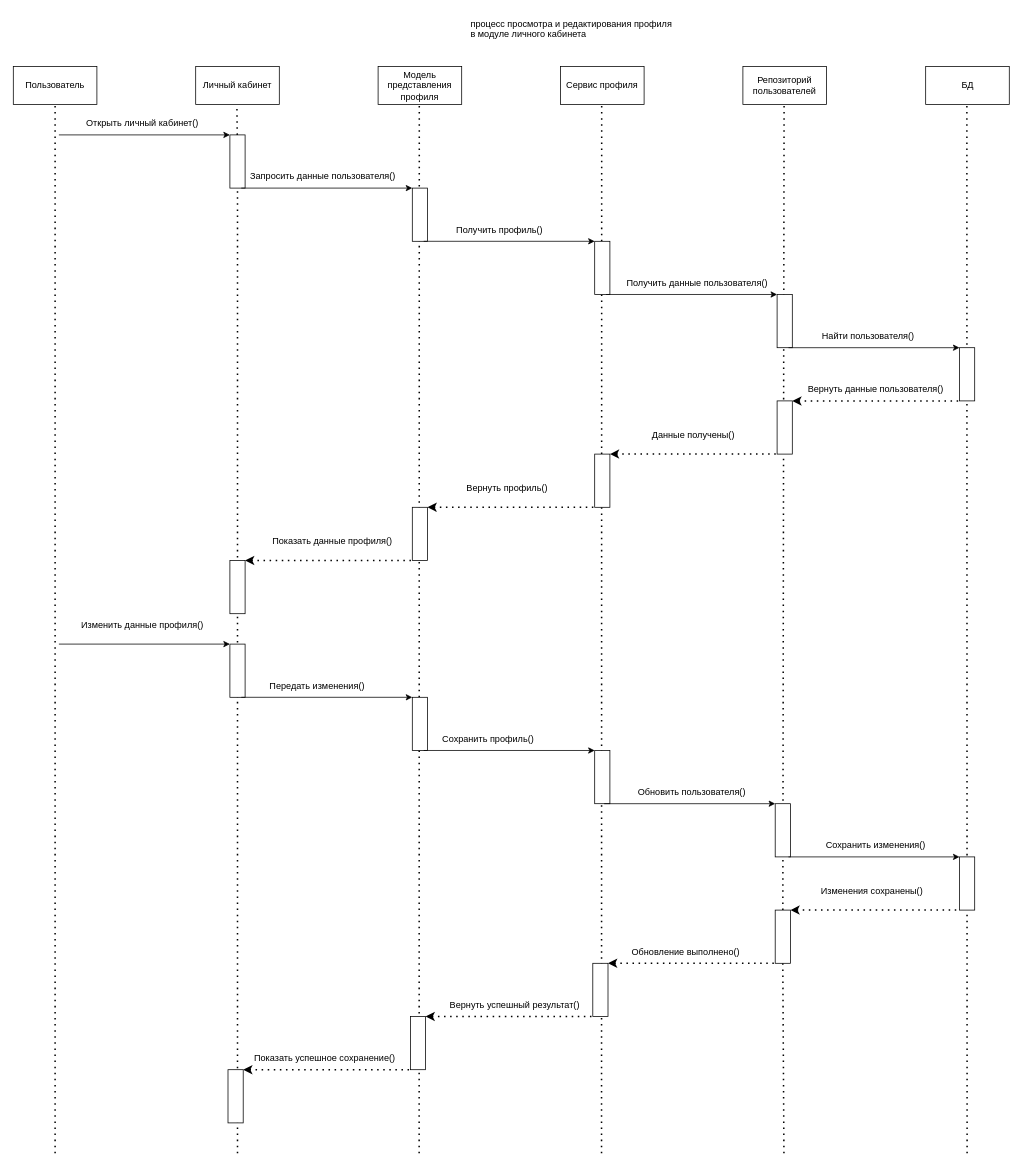
Before: Documents/UML/Модуль личного кабинета/Диаграмма последовательности.drawio in bubus1kk/ReMeal, a draw.io diagram. Source tidied: cells renumbered, new cells numbered last; positions are measured from the earlier drawing's top-left corner, leaving out a move shared by most shapes. Both pictures are drawn from the tidied source at 76%, with x=0, y=0 at pixel (13, 13).
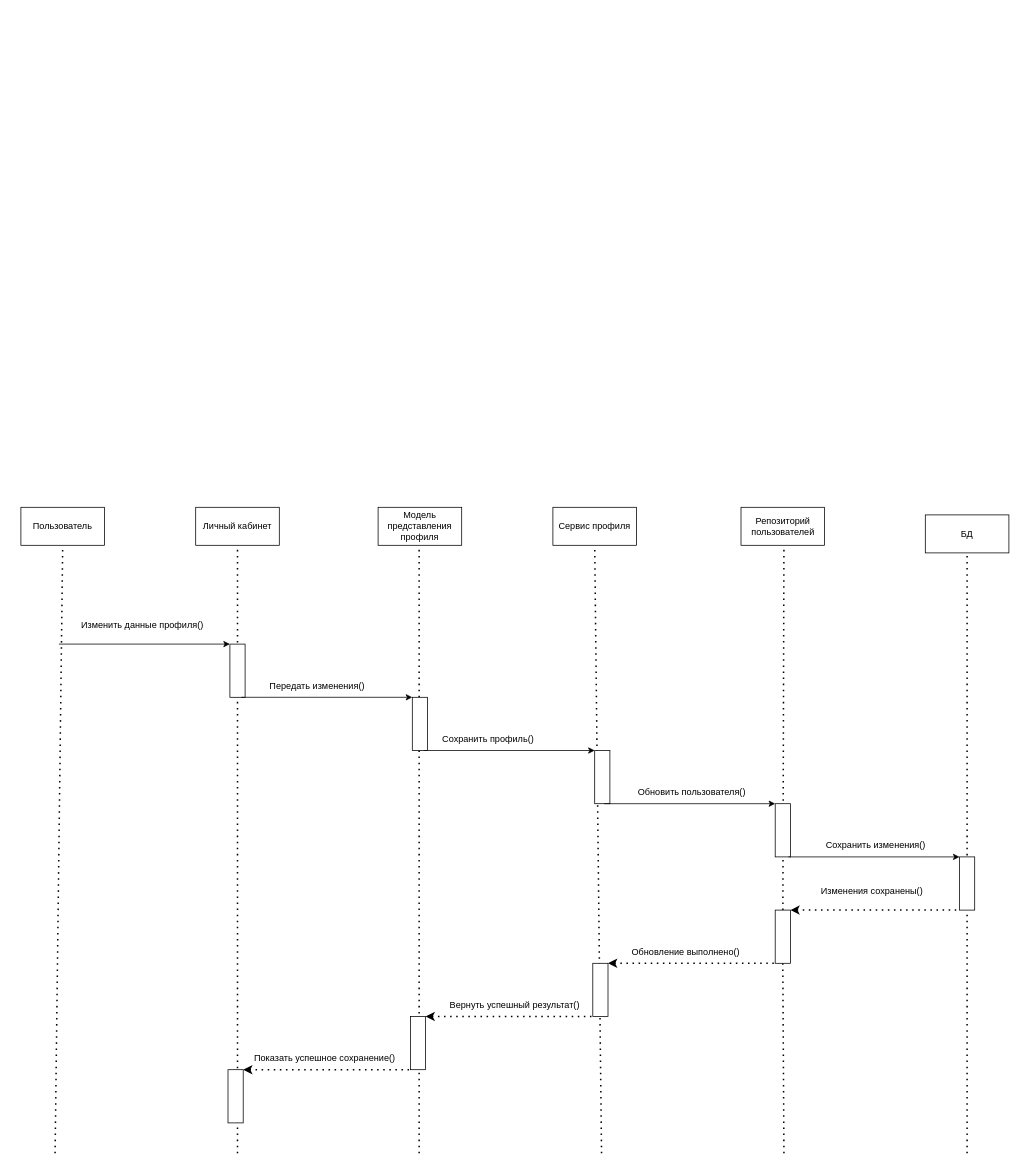
The same diagram, later.

Unchanged cells that the change refers to:
```xml
<mxCell id="59" style="rounded=0;whiteSpace=wrap;html=1;" parent="1" vertex="1">
  <mxGeometry x="1002.5" y="1180" width="20" height="70" as="geometry" />
</mxCell>
```

The edit, as a diff of the source:
```diff
@@
+    <mxCell id="71" style="endArrow=none;dashed=1;html=1;dashPattern=1 3;strokeWidth=2;rounded=0;entryX=0.5;entryY=1;entryDx=0;entryDy=0;" parent="1" edge="1" target="5">
+      <mxGeometry relative="1" as="geometry">
+        <mxPoint x="774" y="1500" as="sourcePoint" />
+      </mxGeometry>
+    </mxCell>
+    <mxCell id="72" style="endArrow=none;dashed=1;html=1;dashPattern=1 3;strokeWidth=2;rounded=0;entryX=0.5;entryY=1;entryDx=0;entryDy=0;" parent="1" edge="1" target="3">
+      <mxGeometry relative="1" as="geometry">
+        <mxPoint x="295" y="1500" as="sourcePoint" />
+      </mxGeometry>
+    </mxCell>
     <mxCell id="2" value="Пользователь" style="html=1;whiteSpace=wrap;" parent="1" vertex="1">
-      <mxGeometry y="70" width="110" height="50" as="geometry" />
+      <mxGeometry x="10" y="650" width="110" height="50" as="geometry" />
     </mxCell>
-    <mxCell id="3" value="Личный кабинет" style="html=1;whiteSpace=wrap;" parent="1" vertex="1">
-      <mxGeometry x="240" y="70" width="110" height="50" as="geometry" />
-    </mxCell>
     <mxCell id="4" value="Модель представления профиля" style="html=1;whiteSpace=wrap;" parent="1" vertex="1">
-      <mxGeometry x="480" y="70" width="110" height="50" as="geometry" />
+      <mxGeometry x="480" y="650" width="110" height="50" as="geometry" />
     </mxCell>
-    <mxCell id="5" value="Сервис профиля" style="html=1;whiteSpace=wrap;" parent="1" vertex="1">
-      <mxGeometry x="720" y="70" width="110" height="50" as="geometry" />
-    </mxCell>
     <mxCell id="6" value="Репозиторий пользователей" style="html=1;whiteSpace=wrap;" parent="1" vertex="1">
-      <mxGeometry x="960" y="70" width="110" height="50" as="geometry" />
+      <mxGeometry x="957.5" y="650" width="110" height="50" as="geometry" />
     </mxCell>
     <mxCell id="7" value="БД" style="html=1;whiteSpace=wrap;" parent="1" vertex="1">
-      <mxGeometry x="1200.5" y="70" width="110" height="50" as="geometry" />
+      <mxGeometry x="1200" y="660" width="110" height="50" as="geometry" />
     </mxCell>
-    <mxCell id="8" value="процесс просмотра и редактирования профиля&#10;в модуле личного кабинета" style="text;whiteSpace=wrap;" parent="1" vertex="1">
-      <mxGeometry x="600" width="300" height="50" as="geometry" />
-    </mxCell>
@@
-    <mxCell id="10" style="endArrow=none;dashed=1;html=1;dashPattern=1 3;strokeWidth=2;rounded=0;entryX=0.5;entryY=1;entryDx=0;entryDy=0;" parent="1" edge="1" source="16">
-      <mxGeometry relative="1" as="geometry">
-        <mxPoint x="294.2" y="120" as="targetPoint" />
-      </mxGeometry>
-    </mxCell>
-    <mxCell id="11" style="endArrow=none;dashed=1;html=1;dashPattern=1 3;strokeWidth=2;rounded=0;entryX=0.5;entryY=1;entryDx=0;entryDy=0;" parent="1" edge="1">
+    <mxCell id="11" style="endArrow=none;dashed=1;html=1;dashPattern=1 3;strokeWidth=2;rounded=0;" parent="1" edge="1">
       <mxGeometry relative="1" as="geometry">
         <mxPoint x="534" y="1500" as="sourcePoint" />
-        <mxPoint x="534.2" y="120" as="targetPoint" />
+        <mxPoint x="534" y="700" as="targetPoint" />
       </mxGeometry>
     </mxCell>
-    <mxCell id="12" style="endArrow=none;dashed=1;html=1;dashPattern=1 3;strokeWidth=2;rounded=0;entryX=0.5;entryY=1;entryDx=0;entryDy=0;" parent="1" edge="1">
-      <mxGeometry relative="1" as="geometry">
-        <mxPoint x="774" y="1500" as="sourcePoint" />
-        <mxPoint x="774.2" y="120" as="targetPoint" />
-      </mxGeometry>
+    <mxCell id="12" style="endArrow=none;dashed=1;html=1;dashPattern=1 3;strokeWidth=2;rounded=0;entryX=0.5;entryY=1;entryDx=0;entryDy=0;exitX=0.5;exitY=1;exitDx=0;exitDy=0;" parent="1" edge="1" source="5" target="5">
+      <mxGeometry relative="1" as="geometry" />
     </mxCell>
-    <mxCell id="13" style="endArrow=none;dashed=1;html=1;dashPattern=1 3;strokeWidth=2;rounded=0;entryX=0.5;entryY=1;entryDx=0;entryDy=0;" parent="1" edge="1" source="59">
+    <mxCell id="13" style="endArrow=none;dashed=1;html=1;dashPattern=1 3;strokeWidth=2;rounded=0;" parent="1" edge="1" source="59">
       <mxGeometry relative="1" as="geometry">
-        <mxPoint x="1014.2" y="120" as="targetPoint" />
+        <mxPoint x="1014" y="700" as="targetPoint" />
       </mxGeometry>
     </mxCell>
-    <mxCell id="14" style="endArrow=none;dashed=1;html=1;dashPattern=1 3;strokeWidth=2;rounded=0;entryX=0.5;entryY=1;entryDx=0;entryDy=0;" parent="1" edge="1">
+    <mxCell id="14" style="endArrow=none;dashed=1;html=1;dashPattern=1 3;strokeWidth=2;rounded=0;" parent="1" edge="1">
       <mxGeometry relative="1" as="geometry">
         <mxPoint x="1255" y="1500" as="sourcePoint" />
-        <mxPoint x="1254.7" y="120" as="targetPoint" />
+        <mxPoint x="1255" y="710" as="targetPoint" />
       </mxGeometry>
     </mxCell>
-    <mxCell id="15" style="endArrow=none;dashed=1;html=1;dashPattern=1 3;strokeWidth=2;rounded=0;entryX=0.5;entryY=1;entryDx=0;entryDy=0;" parent="1" edge="1" target="16">
-      <mxGeometry relative="1" as="geometry">
-        <mxPoint x="295" y="1500" as="sourcePoint" />
-      </mxGeometry>
-    </mxCell>
-    <mxCell id="16" style="rounded=0;whiteSpace=wrap;html=1;" parent="1" vertex="1">
-      <mxGeometry x="285" y="160" width="20" height="70" as="geometry" />
-    </mxCell>
-    <mxCell id="17" style="endArrow=classic;html=1;rounded=0;" parent="1" edge="1">
-      <mxGeometry relative="1" as="geometry">
-        <mxPoint x="60" y="160" as="sourcePoint" />
-        <mxPoint x="285" y="160" as="targetPoint" />
-      </mxGeometry>
-    </mxCell>
-    <mxCell id="18" value="Открыть личный кабинет()" style="text;html=1;whiteSpace=wrap;strokeColor=none;fillColor=none;align=center;verticalAlign=middle;rounded=0;" parent="1" vertex="1">
-      <mxGeometry x="90" y="130" width="160" height="30" as="geometry" />
-    </mxCell>
-    <mxCell id="19" style="rounded=0;whiteSpace=wrap;html=1;" parent="1" vertex="1">
-      <mxGeometry x="525" y="230" width="20" height="70" as="geometry" />
-    </mxCell>
-    <mxCell id="20" style="endArrow=classic;html=1;rounded=0;" parent="1" edge="1">
-      <mxGeometry relative="1" as="geometry">
-        <mxPoint x="300" y="230" as="sourcePoint" />
-        <mxPoint x="525" y="230" as="targetPoint" />
-      </mxGeometry>
-    </mxCell>
-    <mxCell id="21" value="Запросить данные пользователя()" style="text;whiteSpace=wrap;html=1;" parent="1" vertex="1">
-      <mxGeometry x="310" y="200" width="220" height="40" as="geometry" />
-    </mxCell>
-    <mxCell id="22" style="rounded=0;whiteSpace=wrap;html=1;" parent="1" vertex="1">
-      <mxGeometry x="765" y="300" width="20" height="70" as="geometry" />
-    </mxCell>
-    <mxCell id="23" style="endArrow=classic;html=1;rounded=0;" parent="1" edge="1">
-      <mxGeometry relative="1" as="geometry">
-        <mxPoint x="540" y="300" as="sourcePoint" />
-        <mxPoint x="765" y="300" as="targetPoint" />
-      </mxGeometry>
-    </mxCell>
-    <mxCell id="24" value="Получить профиль()" style="text;html=1;whiteSpace=wrap;strokeColor=none;fillColor=none;align=center;verticalAlign=middle;rounded=0;" parent="1" vertex="1">
-      <mxGeometry x="580" y="270" width="120" height="30" as="geometry" />
-    </mxCell>
-    <mxCell id="25" style="rounded=0;whiteSpace=wrap;html=1;" parent="1" vertex="1">
-      <mxGeometry x="1005" y="370" width="20" height="70" as="geometry" />
-    </mxCell>
-    <mxCell id="26" style="endArrow=classic;html=1;rounded=0;" parent="1" edge="1">
-      <mxGeometry relative="1" as="geometry">
-        <mxPoint x="780" y="370" as="sourcePoint" />
-        <mxPoint x="1005" y="370" as="targetPoint" />
-      </mxGeometry>
-    </mxCell>
-    <mxCell id="27" value="Получить данные пользователя()" style="text;html=1;whiteSpace=wrap;strokeColor=none;fillColor=none;align=center;verticalAlign=middle;rounded=0;" parent="1" vertex="1">
-      <mxGeometry x="800" y="340" width="200" height="30" as="geometry" />
-    </mxCell>
-    <mxCell id="28" style="rounded=0;whiteSpace=wrap;html=1;" parent="1" vertex="1">
-      <mxGeometry x="1245" y="440" width="20" height="70" as="geometry" />
-    </mxCell>
-    <mxCell id="29" style="endArrow=classic;html=1;rounded=0;" parent="1" edge="1">
-      <mxGeometry relative="1" as="geometry">
-        <mxPoint x="1020" y="440" as="sourcePoint" />
-        <mxPoint x="1245" y="440" as="targetPoint" />
-      </mxGeometry>
-    </mxCell>
-    <mxCell id="30" value="Найти пользователя()" style="text;html=1;whiteSpace=wrap;strokeColor=none;fillColor=none;align=center;verticalAlign=middle;rounded=0;" parent="1" vertex="1">
-      <mxGeometry x="1060" y="410" width="130" height="30" as="geometry" />
-    </mxCell>
-    <mxCell id="31" style="rounded=0;whiteSpace=wrap;html=1;" parent="1" vertex="1">
-      <mxGeometry x="1005" y="510" width="20" height="70" as="geometry" />
-    </mxCell>
-    <mxCell id="32" style="endArrow=none;dashed=1;html=1;dashPattern=1 3;strokeWidth=2;rounded=0;exitX=1;exitY=0;exitDx=0;exitDy=0;entryX=0;entryY=1;entryDx=0;entryDy=0;startArrow=classic;startFill=1;" parent="1" edge="1" source="31" target="28">
-      <mxGeometry relative="1" as="geometry" />
-    </mxCell>
-    <mxCell id="33" value="Вернуть данные пользователя()" style="text;html=1;whiteSpace=wrap;strokeColor=none;fillColor=none;align=center;verticalAlign=middle;rounded=0;" parent="1" vertex="1">
-      <mxGeometry x="1025" y="480" width="220" height="30" as="geometry" />
-    </mxCell>
-    <mxCell id="34" style="rounded=0;whiteSpace=wrap;html=1;" parent="1" vertex="1">
-      <mxGeometry x="765" y="580" width="20" height="70" as="geometry" />
-    </mxCell>
-    <mxCell id="35" style="endArrow=none;dashed=1;html=1;dashPattern=1 3;strokeWidth=2;rounded=0;exitX=1;exitY=0;exitDx=0;exitDy=0;entryX=0;entryY=1;entryDx=0;entryDy=0;startArrow=classic;startFill=1;" parent="1" edge="1" source="34">
-      <mxGeometry relative="1" as="geometry">
-        <mxPoint x="1005" y="580" as="targetPoint" />
-      </mxGeometry>
-    </mxCell>
-    <mxCell id="36" value="Данные получены()" style="text;html=1;whiteSpace=wrap;strokeColor=none;fillColor=none;align=center;verticalAlign=middle;rounded=0;" parent="1" vertex="1">
-      <mxGeometry x="830" y="540" width="130" height="30" as="geometry" />
-    </mxCell>
-    <mxCell id="37" style="rounded=0;whiteSpace=wrap;html=1;" parent="1" vertex="1">
-      <mxGeometry x="525" y="650" width="20" height="70" as="geometry" />
-    </mxCell>
-    <mxCell id="38" style="endArrow=none;dashed=1;html=1;dashPattern=1 3;strokeWidth=2;rounded=0;exitX=1;exitY=0;exitDx=0;exitDy=0;entryX=0;entryY=1;entryDx=0;entryDy=0;startArrow=classic;startFill=1;" parent="1" edge="1" source="37">
-      <mxGeometry relative="1" as="geometry">
-        <mxPoint x="765" y="650" as="targetPoint" />
-      </mxGeometry>
-    </mxCell>
-    <mxCell id="39" value="Вернуть профиль()" style="text;html=1;whiteSpace=wrap;strokeColor=none;fillColor=none;align=center;verticalAlign=middle;rounded=0;" parent="1" vertex="1">
-      <mxGeometry x="570" y="610" width="160" height="30" as="geometry" />
-    </mxCell>
-    <mxCell id="40" value="Показать данные профиля()" style="text;html=1;whiteSpace=wrap;strokeColor=none;fillColor=none;align=center;verticalAlign=middle;rounded=0;" parent="1" vertex="1">
-      <mxGeometry x="335" y="680" width="170" height="30" as="geometry" />
-    </mxCell>
-    <mxCell id="41" style="rounded=0;whiteSpace=wrap;html=1;" parent="1" vertex="1">
-      <mxGeometry x="285" y="720" width="20" height="70" as="geometry" />
-    </mxCell>
-    <mxCell id="42" style="endArrow=none;dashed=1;html=1;dashPattern=1 3;strokeWidth=2;rounded=0;exitX=1;exitY=0;exitDx=0;exitDy=0;entryX=0;entryY=1;entryDx=0;entryDy=0;startArrow=classic;startFill=1;" parent="1" edge="1" source="41">
-      <mxGeometry relative="1" as="geometry">
-        <mxPoint x="525" y="720" as="targetPoint" />
-      </mxGeometry>
-    </mxCell>
@@
+    <mxCell id="3" value="Личный кабинет" style="html=1;whiteSpace=wrap;" parent="1" vertex="1">
+      <mxGeometry x="240" y="650" width="110" height="50" as="geometry" />
+    </mxCell>
+    <mxCell id="5" value="Сервис профиля" style="html=1;whiteSpace=wrap;" parent="1" vertex="1">
+      <mxGeometry x="710" y="650" width="110" height="50" as="geometry" />
+    </mxCell>
```
